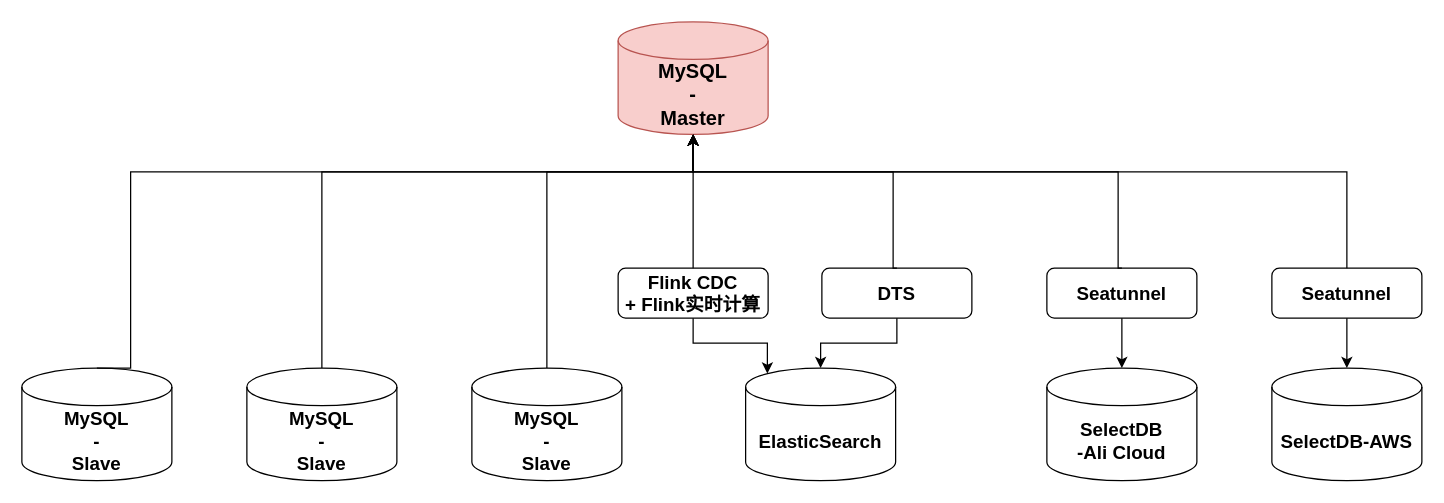
This is page "主库-部署架构" (3 of 3) of 合约跟单.drawio from jackie-thank/beego-authz, a draw.io file, before an edit. Source tidied: cells renumbered, new cells numbered last; positions are measured from the earlier drawing's top-left corner, leaving out a move shared by most shapes. Both pictures are drawn from the tidied source at 125%, with x=0, y=0 at pixel (21, 21).
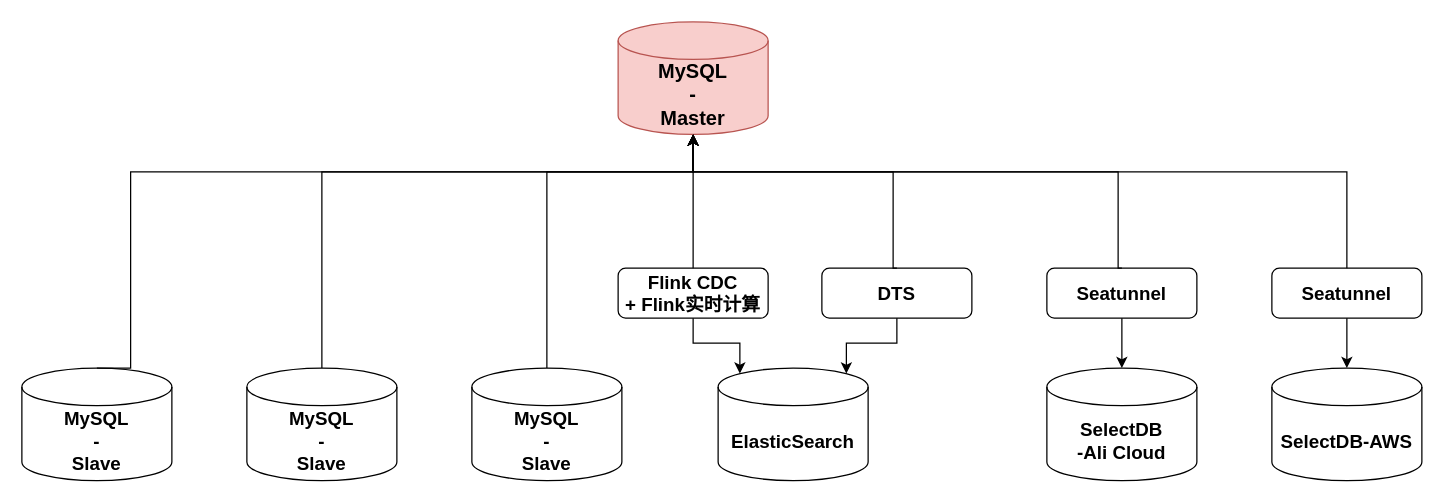
Above is the later version.

Commit message:
更新合约跟单.drawio

Unchanged cells that the change refers to:
```xml
<mxCell id="11" value="DTS" style="rounded=1;whiteSpace=wrap;html=1;fontStyle=1;fontSize=15;" parent="1" vertex="1">
  <mxGeometry x="640" y="197" width="120" height="40" as="geometry" />
</mxCell>
```

Change to the diagram source:
```diff
@@
     <mxCell id="8" value="ElasticSearch&lt;div&gt;&lt;/div&gt;" style="shape=cylinder3;whiteSpace=wrap;html=1;boundedLbl=1;backgroundOutline=1;size=15;fontSize=15;fontStyle=1;" parent="1" vertex="1">
-      <mxGeometry x="579" y="277" width="120" height="90" as="geometry" />
+      <mxGeometry x="557" y="277" width="120" height="90" as="geometry" />
     </mxCell>
@@
-    <mxCell id="14" style="edgeStyle=orthogonalEdgeStyle;rounded=0;jettySize=auto;html=1;exitX=0.5;exitY=1;exitDx=0;exitDy=0;entryX=0.5;entryY=0;entryDx=0;entryDy=0;entryPerimeter=0;" parent="1" edge="1" source="11" target="8">
+    <mxCell id="14" style="edgeStyle=orthogonalEdgeStyle;rounded=0;jettySize=auto;html=1;exitX=0.5;exitY=1;exitDx=0;exitDy=0;entryX=0.855;entryY=0;entryDx=0;entryDy=4.35;entryPerimeter=0;" parent="1" edge="1" source="11" target="8">
       <mxGeometry relative="1" as="geometry" />
     </mxCell>
```
